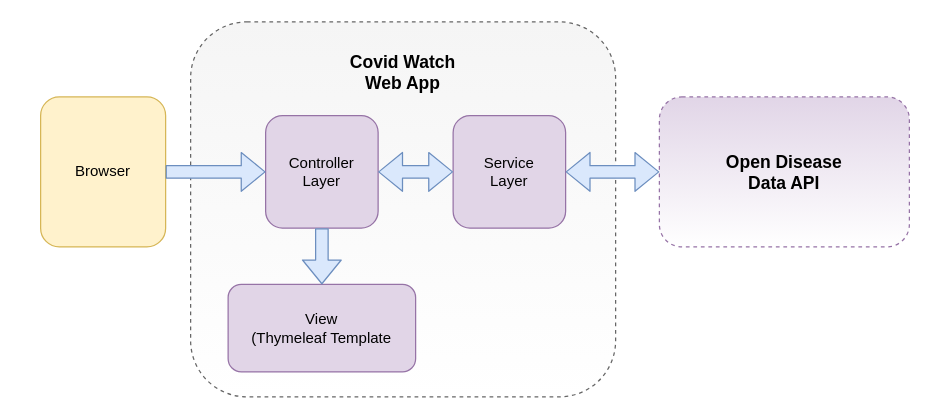
This is README/MVC Project Structure.drawio from medinar/covid-watch, a draw.io file, before an edit. Source tidied: cells renumbered, new cells numbered last; positions are measured from the earlier drawing's top-left corner, leaving out a move shared by most shapes. Both pictures are drawn from the tidied source at 125%, with x=0, y=0 at pixel (40, 21).
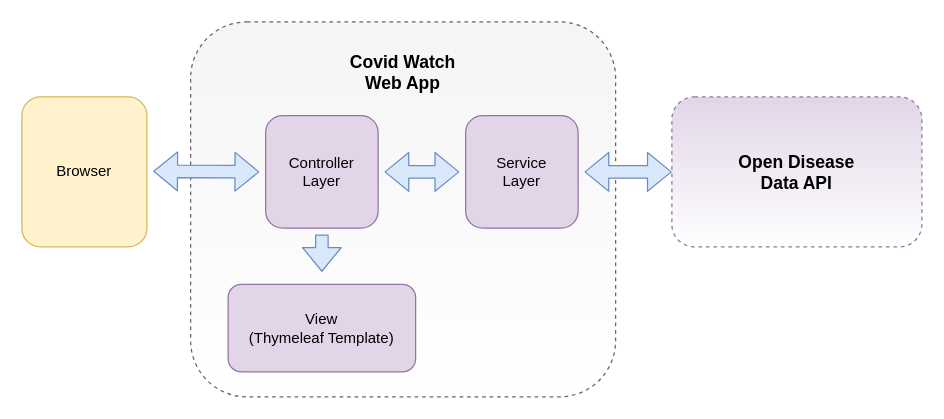
Above is the later version.

The edit, as a diff of the source:
```diff
@@
 <mxGraphModel>
   <root>
     <mxCell id="0" />
     <mxCell id="1" parent="0" />
     <mxCell id="2" style="rounded=1;whiteSpace=wrap;html=1;dashed=1;fillColor=#e1d5e7;strokeColor=#9673a6;gradientColor=#ffffff;" parent="1" vertex="1">
-      <mxGeometry x="495" y="60" width="200" height="120" as="geometry" />
+      <mxGeometry x="505" y="60" width="200" height="120" as="geometry" />
     </mxCell>
     <mxCell id="3" style="rounded=1;whiteSpace=wrap;html=1;dashed=1;fillColor=#f5f5f5;strokeColor=#666666;gradientDirection=south;fontColor=#333333;gradientColor=#ffffff;" parent="1" vertex="1">
       <mxGeometry x="120" width="340" height="300" as="geometry" />
     </mxCell>
     <mxCell id="4" value="Browser" style="rounded=1;whiteSpace=wrap;html=1;fillColor=#fff2cc;strokeColor=#d6b656;" parent="1" vertex="1">
-      <mxGeometry y="60" width="100" height="120" as="geometry" />
+      <mxGeometry x="-15" y="60" width="100" height="120" as="geometry" />
     </mxCell>
     <mxCell id="5" value="Controller&lt;br&gt;Layer" style="rounded=1;whiteSpace=wrap;html=1;fillColor=#e1d5e7;strokeColor=#9673a6;" parent="1" vertex="1">
       <mxGeometry x="180" y="75" width="90" height="90" as="geometry" />
     </mxCell>
     <mxCell id="6" value="Service&lt;br&gt;Layer" style="rounded=1;whiteSpace=wrap;html=1;fillColor=#e1d5e7;strokeColor=#9673a6;" parent="1" vertex="1">
-      <mxGeometry x="330" y="75" width="90" height="90" as="geometry" />
+      <mxGeometry x="340" y="75" width="90" height="90" as="geometry" />
     </mxCell>
-    <mxCell id="7" value="View&lt;br&gt;(Thymeleaf Template" style="rounded=1;whiteSpace=wrap;html=1;fillColor=#e1d5e7;strokeColor=#9673a6;" parent="1" vertex="1">
+    <mxCell id="7" value="View&lt;br&gt;(Thymeleaf Template)" style="rounded=1;whiteSpace=wrap;html=1;fillColor=#e1d5e7;strokeColor=#9673a6;" parent="1" vertex="1">
       <mxGeometry x="150" y="210" width="150" height="70" as="geometry" />
     </mxCell>
-    <mxCell id="8" style="shape=flexArrow;endArrow=classic;html=1;exitX=1;exitY=0.5;exitDx=0;exitDy=0;entryX=0;entryY=0.5;entryDx=0;entryDy=0;fillColor=#dae8fc;strokeColor=#6c8ebf;" parent="1" edge="1" source="4" target="5">
-      <mxGeometry relative="1" as="geometry" />
-    </mxCell>
-    <mxCell id="9" style="shape=flexArrow;endArrow=classic;startArrow=classic;html=1;exitX=1;exitY=0.5;exitDx=0;exitDy=0;entryX=0;entryY=0.5;entryDx=0;entryDy=0;fillColor=#dae8fc;strokeColor=#6c8ebf;" parent="1" edge="1" source="5" target="6">
-      <mxGeometry relative="1" as="geometry" />
+    <mxCell id="9" style="shape=flexArrow;endArrow=classic;startArrow=classic;html=1;fillColor=#dae8fc;strokeColor=#6c8ebf;" parent="1" edge="1">
+      <mxGeometry relative="1" as="geometry">
+        <mxPoint x="275" y="120" as="sourcePoint" />
+        <mxPoint x="335" y="120" as="targetPoint" />
+      </mxGeometry>
     </mxCell>
-    <mxCell id="10" style="shape=flexArrow;endArrow=classic;startArrow=classic;html=1;exitX=1;exitY=0.5;exitDx=0;exitDy=0;fillColor=#dae8fc;strokeColor=#6c8ebf;" parent="1" edge="1" source="6">
+    <mxCell id="10" style="shape=flexArrow;endArrow=classic;startArrow=classic;html=1;fillColor=#dae8fc;strokeColor=#6c8ebf;entryX=0;entryY=0.5;entryDx=0;entryDy=0;" parent="1" edge="1" target="2">
       <mxGeometry relative="1" as="geometry">
-        <mxPoint x="495" y="120" as="targetPoint" />
+        <mxPoint x="435" y="120" as="sourcePoint" />
       </mxGeometry>
     </mxCell>
-    <mxCell id="11" style="shape=flexArrow;endArrow=classic;html=1;exitX=0.5;exitY=1;exitDx=0;exitDy=0;entryX=0.5;entryY=0;entryDx=0;entryDy=0;fillColor=#dae8fc;strokeColor=#6c8ebf;" parent="1" edge="1" source="5" target="7">
-      <mxGeometry relative="1" as="geometry" />
-    </mxCell>
     <mxCell id="12" value="Covid Watch&lt;br style=&quot;font-size: 14px;&quot;&gt;Web App" style="text;html=1;strokeColor=none;fillColor=none;align=center;verticalAlign=middle;whiteSpace=wrap;rounded=0;dashed=1;fontStyle=1;fontSize=14;" parent="1" vertex="1">
       <mxGeometry x="210" y="20" width="160" height="40" as="geometry" />
     </mxCell>
     <mxCell id="13" value="Open Disease&lt;br style=&quot;font-size: 14px&quot;&gt;Data API" style="text;html=1;strokeColor=none;fillColor=none;align=center;verticalAlign=middle;whiteSpace=wrap;rounded=0;dashed=1;fontStyle=1;fontSize=14;" parent="1" vertex="1">
-      <mxGeometry x="515" y="100" width="160" height="40" as="geometry" />
+      <mxGeometry x="525" y="100" width="160" height="40" as="geometry" />
     </mxCell>
+    <mxCell id="14" style="shape=flexArrow;endArrow=classic;html=1;fontSize=14;fillColor=#dae8fc;strokeColor=#6c8ebf;" parent="1" edge="1">
+      <mxGeometry relative="1" as="geometry">
+        <mxPoint x="225" y="170" as="sourcePoint" />
+        <mxPoint x="225" y="200" as="targetPoint" />
+      </mxGeometry>
+    </mxCell>
+    <mxCell id="15" style="shape=flexArrow;endArrow=classic;startArrow=classic;html=1;fillColor=#dae8fc;strokeColor=#6c8ebf;" parent="1" edge="1">
+      <mxGeometry relative="1" as="geometry">
+        <mxPoint x="90" y="119.5" as="sourcePoint" />
+        <mxPoint x="175" y="120" as="targetPoint" />
+      </mxGeometry>
+    </mxCell>
   </root>
 </mxGraphModel>
```
